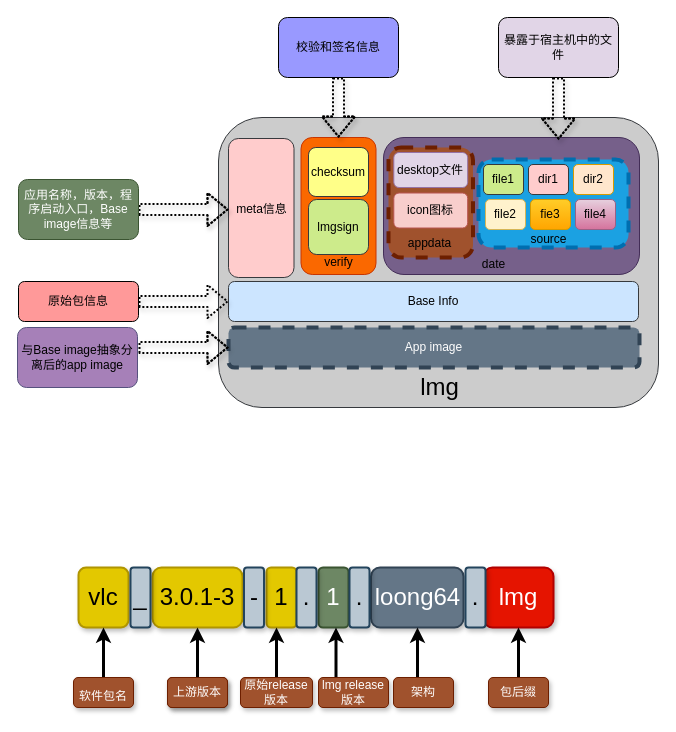
This is lmgpackage.drawio from Doorer/draw.io-1, a draw.io file, before an edit. Source tidied: cells renumbered, new cells numbered last; positions are measured from the earlier drawing's top-left corner, leaving out a move shared by most shapes. Both pictures are drawn from the tidied source at 100%, with x=0, y=0 at pixel (17, 17).
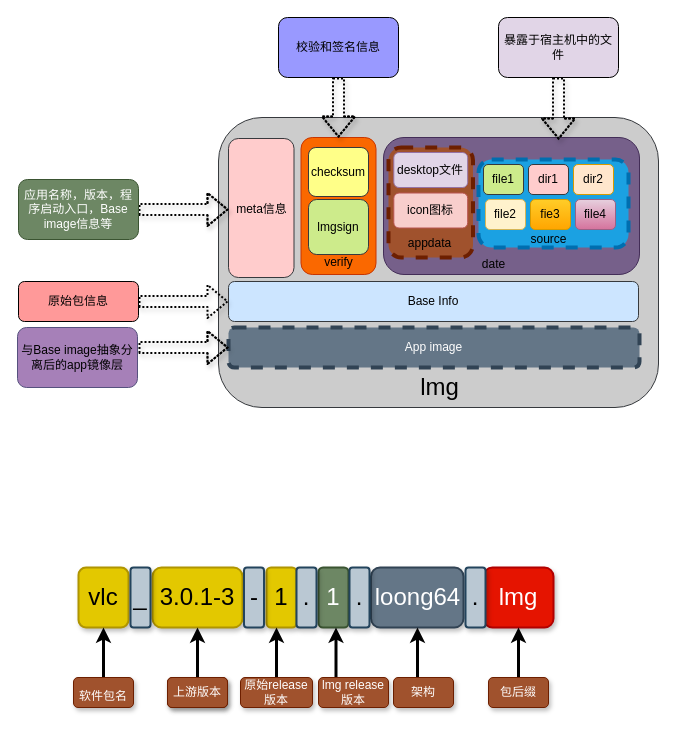
Above is the later version.

The edit, as a diff of the source:
```diff
@@
-    <mxCell id="56" value="与Base image抽象分离后的app image" style="rounded=1;whiteSpace=wrap;html=1;fillColor=#A680B8;strokeColor=#56517e;" parent="1" vertex="1">
+    <mxCell id="56" value="与Base image抽象分离后的app镜像层" style="rounded=1;whiteSpace=wrap;html=1;fillColor=#A680B8;strokeColor=#56517e;" parent="1" vertex="1">
       <mxGeometry y="310" width="120" height="60" as="geometry" />
     </mxCell>
```
